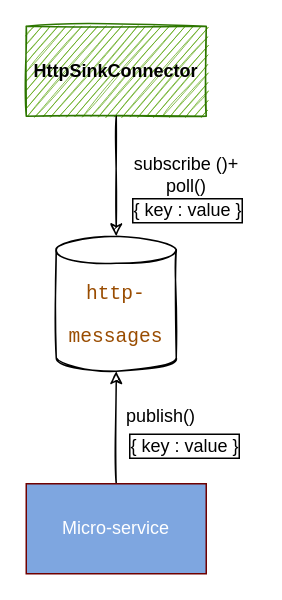
This is page "workflow1" (2 of 7) of docs/schemas.drawio from LGouellec/kafka-http-request-reply, a draw.io file, before an edit. Source tidied: cells renumbered, new cells numbered last; positions are measured from the earlier drawing's top-left corner, leaving out a move shared by most shapes. Both pictures are drawn from the tidied source at 150%, with x=0, y=0 at pixel (26, 26).
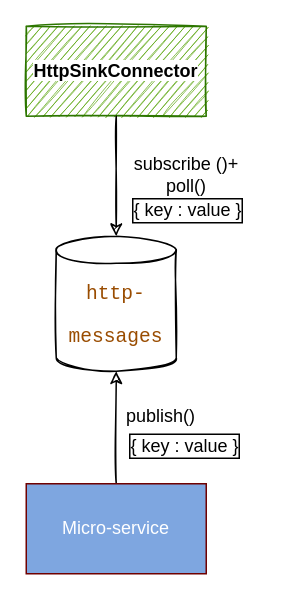
The same page after the edit.

Diff of the diagram source:
```diff
@@
 <mxGraphModel>
   <root>
     <mxCell id="0" />
     <mxCell id="1" parent="0" />
-    <mxCell id="2" value="&lt;font color=&quot;#000000&quot;&gt;&lt;b&gt;HttpSinkConnector&lt;/b&gt;&lt;/font&gt;" style="rounded=0;whiteSpace=wrap;html=1;fillColor=#60a917;strokeColor=#2D7600;fontColor=#ffffff;sketch=1;" parent="1" vertex="1">
+    <mxCell id="2" value="&lt;font color=&quot;#000000&quot;&gt;&lt;b style=&quot;background-color: rgb(255 , 255 , 255)&quot;&gt;HttpSinkConnector&lt;/b&gt;&lt;/font&gt;" style="rounded=0;whiteSpace=wrap;html=1;fillColor=#60a917;strokeColor=#2D7600;fontColor=#ffffff;sketch=1;" parent="1" vertex="1">
       <mxGeometry width="120" height="60" as="geometry" />
     </mxCell>
     <mxCell id="3" value="&lt;pre style=&quot;font-family: &amp;#34;jetbrains mono&amp;#34; , monospace ; font-size: 9.8pt&quot;&gt;&lt;font color=&quot;#994c00&quot;&gt;http-&lt;/font&gt;&lt;/pre&gt;&lt;pre style=&quot;font-family: &amp;#34;jetbrains mono&amp;#34; , monospace ; font-size: 9.8pt&quot;&gt;&lt;font color=&quot;#994c00&quot;&gt;messages&lt;/font&gt;&lt;/pre&gt;" style="shape=cylinder3;whiteSpace=wrap;html=1;boundedLbl=1;backgroundOutline=1;size=9;sketch=1;" parent="1" vertex="1">
       <mxGeometry x="20" y="140" width="80" height="90" as="geometry" />
     </mxCell>
     <mxCell id="4" style="endArrow=classic;html=1;exitX=0.5;exitY=1;exitDx=0;exitDy=0;entryX=0.5;entryY=0;entryDx=0;entryDy=0;entryPerimeter=0;sketch=1;" parent="1" edge="1" source="2" target="3">
       <mxGeometry relative="1" as="geometry" />
     </mxCell>
     <mxCell id="5" style="edgeStyle=orthogonalEdgeStyle;rounded=0;jettySize=auto;html=1;entryX=0.5;entryY=1;entryDx=0;entryDy=0;entryPerimeter=0;sketch=1;" parent="1" edge="1" source="6" target="3">
       <mxGeometry relative="1" as="geometry" />
     </mxCell>
     <mxCell id="6" value="Micro-service" style="rounded=0;whiteSpace=wrap;html=1;sketch=0;strokeColor=#6F0000;fontColor=#ffffff;fillColor=#7EA6E0;" parent="1" vertex="1">
       <mxGeometry y="305" width="120" height="60" as="geometry" />
     </mxCell>
     <mxCell id="7" value="publish()" style="text;html=1;strokeColor=none;fillColor=none;align=center;verticalAlign=middle;whiteSpace=wrap;rounded=0;sketch=1;" parent="1" vertex="1">
       <mxGeometry x="70" y="250" width="40" height="20" as="geometry" />
     </mxCell>
     <mxCell id="8" value="subscribe ()+ poll()" style="text;html=1;strokeColor=none;fillColor=none;align=center;verticalAlign=middle;whiteSpace=wrap;rounded=0;sketch=1;" parent="1" vertex="1">
       <mxGeometry x="63" y="89" width="88" height="20" as="geometry" />
     </mxCell>
     <mxCell id="9" value="{ key : value }" style="text;html=1;strokeColor=none;fillColor=none;align=center;verticalAlign=middle;whiteSpace=wrap;rounded=0;labelBorderColor=#000000;sketch=1;" parent="1" vertex="1">
       <mxGeometry x="61" y="270" width="90" height="20" as="geometry" />
     </mxCell>
     <mxCell id="10" value="{ key : value }" style="text;html=1;strokeColor=none;fillColor=none;align=center;verticalAlign=middle;whiteSpace=wrap;rounded=0;labelBorderColor=#000000;sketch=1;" parent="1" vertex="1">
       <mxGeometry x="63" y="113" width="90" height="20" as="geometry" />
     </mxCell>
   </root>
 </mxGraphModel>
```
